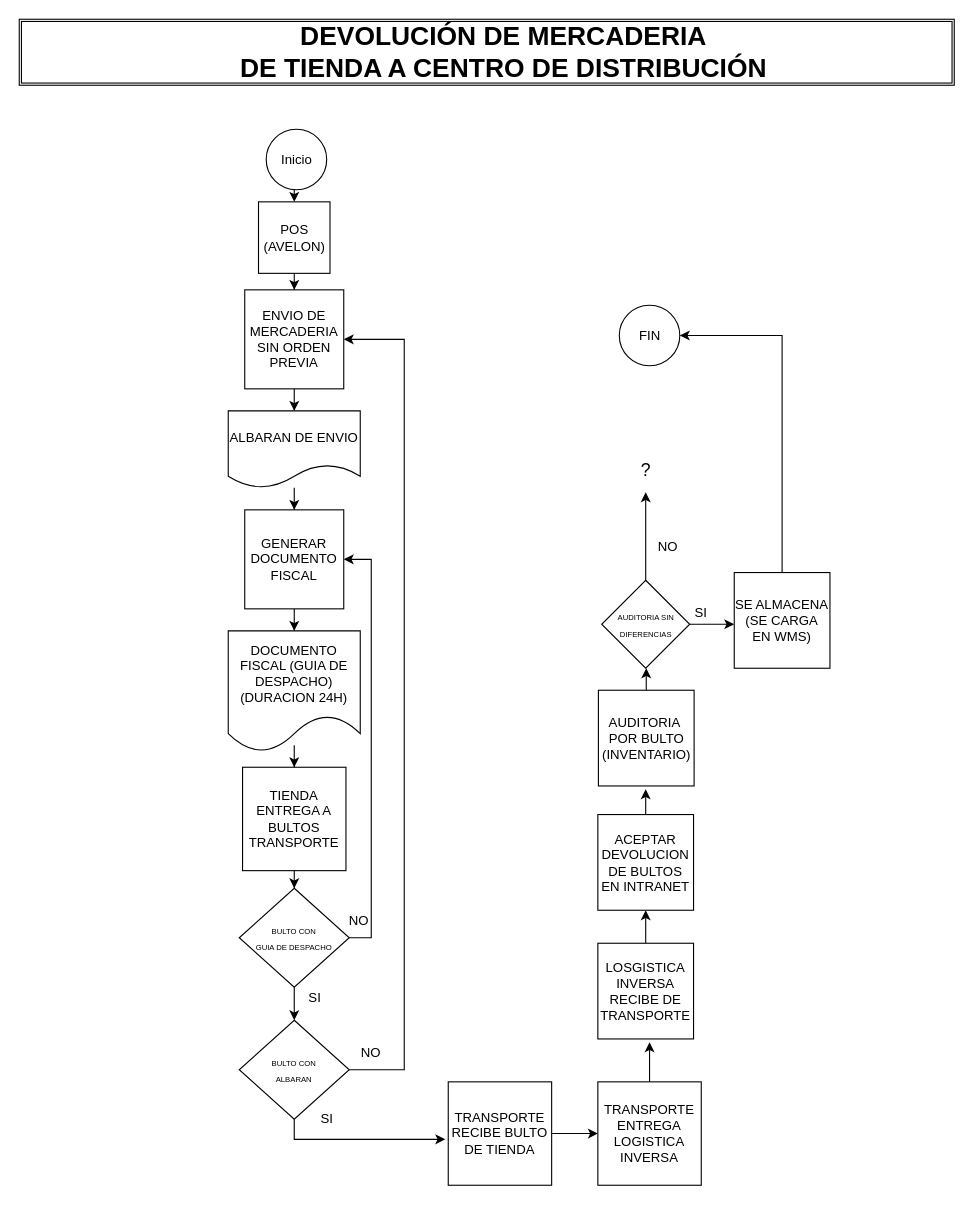
This is Untitled Diagram.drawio from vpinedac1/diagramas, a draw.io file, before an edit. Source tidied: cells renumbered, new cells numbered last; positions are measured from the earlier drawing's top-left corner, leaving out a move shared by most shapes. Both pictures are drawn from the tidied source at 110%, with x=0, y=0 at pixel (19, 19).
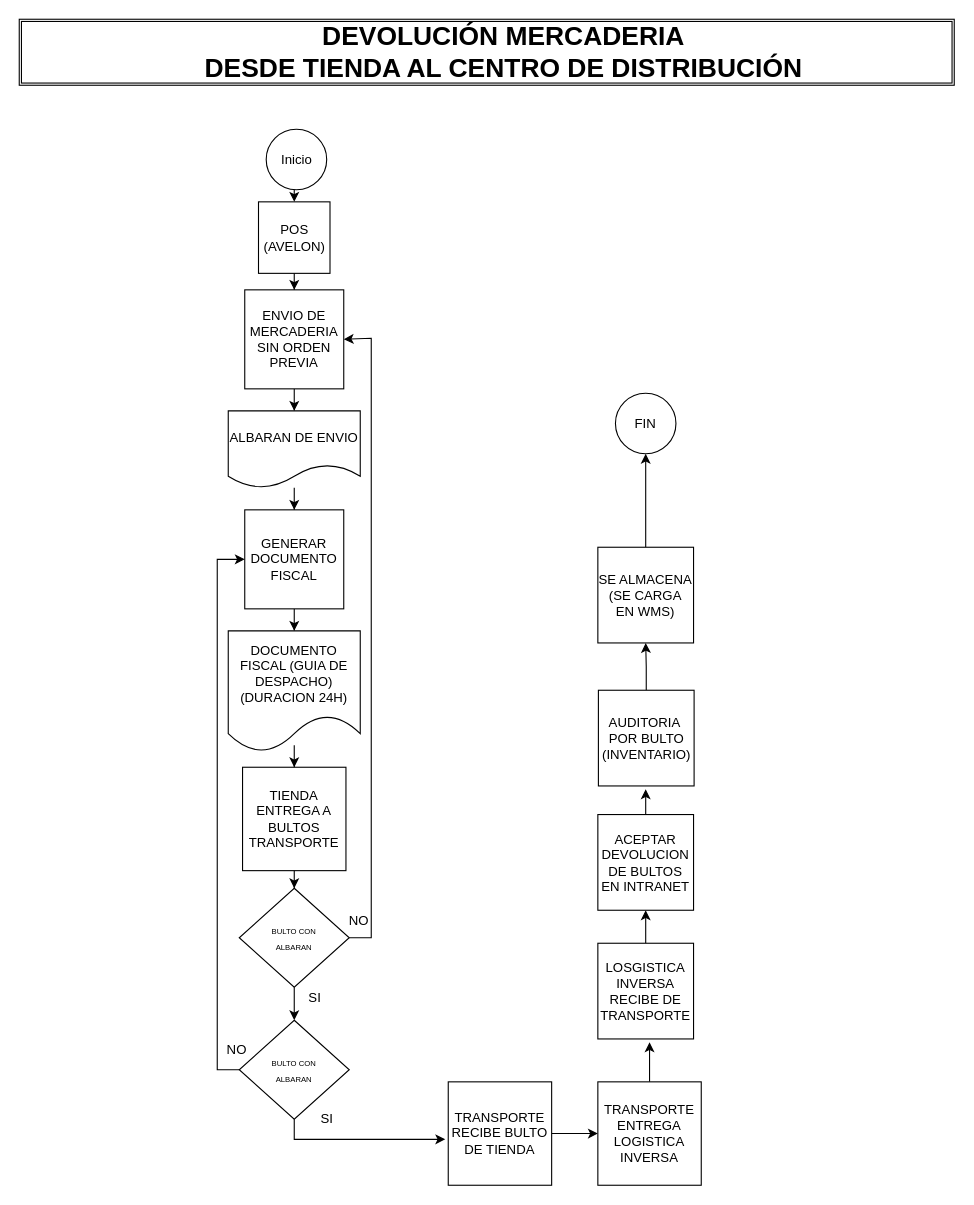
The same diagram, later.

Commit message:
DEVOLUCION MERCADERIA DESDE TIENDA AL CENTRO DE DISTRIBUCION

The change refers to these unchanged cells:
```xml
<mxCell id="5" value="ENVIO DE MERCADERIA SIN ORDEN PREVIA" style="whiteSpace=wrap;html=1;" parent="1" vertex="1">
  <mxGeometry x="205" y="246" width="90" height="90" as="geometry" />
</mxCell>
<mxCell id="7" value="GENERAR DOCUMENTO FISCAL" style="whiteSpace=wrap;html=1;" parent="1" vertex="1">
  <mxGeometry x="205" y="446" width="90" height="90" as="geometry" />
</mxCell>
<mxCell id="27" value="&lt;font style=&quot;font-size: 7px&quot;&gt;BULTO CON &lt;br&gt;ALBARAN&lt;/font&gt;" style="rhombus;whiteSpace=wrap;html=1;" parent="1" vertex="1">
  <mxGeometry x="200" y="910" width="100" height="90" as="geometry" />
</mxCell>
<mxCell id="35" value="AUDITORIA&amp;nbsp;&lt;br&gt;POR BULTO (INVENTARIO)" style="whiteSpace=wrap;html=1;" parent="1" vertex="1">
  <mxGeometry x="526.5" y="610" width="87" height="87" as="geometry" />
</mxCell>
```

The edit, as a diff of the source:
```diff
@@
-    <mxCell id="13" value="DEVOLUCIÓN DE MERCADERIA &lt;br&gt;DE TIENDA A CENTRO DE DISTRIBUCIÓN" style="text;strokeColor=none;fillColor=none;html=1;fontSize=24;fontStyle=1;verticalAlign=middle;align=center;" parent="1" vertex="1">
+    <mxCell id="13" value="DEVOLUCIÓN MERCADERIA &lt;br&gt;DESDE TIENDA AL CENTRO DE DISTRIBUCIÓN" style="text;strokeColor=none;fillColor=none;html=1;fontSize=24;fontStyle=1;verticalAlign=middle;align=center;" parent="1" vertex="1">
       <mxGeometry x="390" y="10" width="100" height="40" as="geometry" />
     </mxCell>
@@
-    <mxCell id="20" style="edgeStyle=orthogonalEdgeStyle;rounded=0;jettySize=auto;html=1;entryX=1;entryY=0.5;entryDx=0;entryDy=0;" parent="1" edge="1" source="22" target="7">
+    <mxCell id="20" style="edgeStyle=orthogonalEdgeStyle;rounded=0;jettySize=auto;html=1;entryX=1;entryY=0.5;entryDx=0;entryDy=0;" parent="1" edge="1" source="22" target="5">
       <mxGeometry relative="1" as="geometry">
         <Array as="points">
           <mxPoint x="320" y="835" />
-          <mxPoint x="320" y="491" />
+          <mxPoint x="320" y="290" />
         </Array>
       </mxGeometry>
     </mxCell>
@@
-    <mxCell id="22" value="&lt;font style=&quot;font-size: 7px&quot;&gt;BULTO CON &lt;br&gt;GUIA DE DESPACHO&lt;/font&gt;" style="rhombus;whiteSpace=wrap;html=1;" parent="1" vertex="1">
+    <mxCell id="22" value="&lt;font style=&quot;font-size: 7px&quot;&gt;BULTO CON &lt;br&gt;ALBARAN&lt;br&gt;&lt;/font&gt;" style="rhombus;whiteSpace=wrap;html=1;" parent="1" vertex="1">
       <mxGeometry x="200" y="790" width="100" height="90" as="geometry" />
     </mxCell>
@@
-    <mxCell id="25" style="edgeStyle=orthogonalEdgeStyle;rounded=0;jettySize=auto;html=1;entryX=1;entryY=0.5;entryDx=0;entryDy=0;" parent="1" edge="1" source="27" target="5">
-      <mxGeometry relative="1" as="geometry">
-        <Array as="points">
-          <mxPoint x="350" y="955" />
-          <mxPoint x="350" y="291" />
-        </Array>
-      </mxGeometry>
-    </mxCell>
@@
+    <mxCell id="47" style="edgeStyle=orthogonalEdgeStyle;rounded=0;jettySize=auto;html=1;entryX=0;entryY=0.5;entryDx=0;entryDy=0;" parent="1" edge="1" source="27" target="7">
+      <mxGeometry relative="1" as="geometry">
+        <Array as="points">
+          <mxPoint x="180" y="955" />
+          <mxPoint x="180" y="491" />
+        </Array>
+      </mxGeometry>
+    </mxCell>
@@
     <mxCell id="28" value="NO" style="text;html=1;strokeColor=none;fillColor=none;align=center;verticalAlign=middle;whiteSpace=wrap;rounded=0;" parent="1" vertex="1">
-      <mxGeometry x="300" y="930" width="40" height="20" as="geometry" />
+      <mxGeometry x="177.5" y="927" width="40" height="20" as="geometry" />
     </mxCell>
@@
-    <mxCell id="34" style="edgeStyle=orthogonalEdgeStyle;rounded=0;jettySize=auto;html=1;entryX=0.5;entryY=1;entryDx=0;entryDy=0;" parent="1" edge="1" source="35" target="38">
-      <mxGeometry relative="1" as="geometry" />
-    </mxCell>
+    <mxCell id="48" style="edgeStyle=orthogonalEdgeStyle;rounded=0;jettySize=auto;html=1;" parent="1" edge="1" source="35" target="42">
+      <mxGeometry relative="1" as="geometry" />
+    </mxCell>
@@
-    <mxCell id="36" style="edgeStyle=orthogonalEdgeStyle;rounded=0;jettySize=auto;html=1;entryX=0;entryY=0.54;entryDx=0;entryDy=0;entryPerimeter=0;" parent="1" edge="1" source="38" target="42">
-      <mxGeometry relative="1" as="geometry" />
-    </mxCell>
-    <mxCell id="37" style="edgeStyle=orthogonalEdgeStyle;rounded=0;jettySize=auto;html=1;" parent="1" edge="1" source="38">
-      <mxGeometry relative="1" as="geometry">
-        <mxPoint x="569.5" y="430" as="targetPoint" />
-      </mxGeometry>
-    </mxCell>
-    <mxCell id="38" value="&lt;font style=&quot;font-size: 7px&quot;&gt;AUDITORIA SIN DIFERENCIAS&lt;/font&gt;" style="rhombus;whiteSpace=wrap;html=1;" parent="1" vertex="1">
-      <mxGeometry x="529.5" y="510" width="80" height="80" as="geometry" />
-    </mxCell>
@@
-    <mxCell id="41" style="edgeStyle=orthogonalEdgeStyle;rounded=0;jettySize=auto;html=1;entryX=1;entryY=0.5;entryDx=0;entryDy=0;" parent="1" edge="1" source="42" target="46">
-      <mxGeometry relative="1" as="geometry">
-        <Array as="points">
-          <mxPoint x="694" y="288" />
-        </Array>
-      </mxGeometry>
+    <mxCell id="41" style="edgeStyle=orthogonalEdgeStyle;rounded=0;jettySize=auto;html=1;entryX=0.5;entryY=1;entryDx=0;entryDy=0;" parent="1" edge="1" source="42" target="46">
+      <mxGeometry relative="1" as="geometry" />
     </mxCell>
     <mxCell id="42" value="SE ALMACENA (SE CARGA EN WMS)" style="whiteSpace=wrap;html=1;" parent="1" vertex="1">
-      <mxGeometry x="650" y="503" width="87" height="87" as="geometry" />
+      <mxGeometry x="526" y="480" width="87" height="87" as="geometry" />
     </mxCell>
-    <mxCell id="43" value="NO" style="text;html=1;strokeColor=none;fillColor=none;align=center;verticalAlign=middle;whiteSpace=wrap;rounded=0;" parent="1" vertex="1">
-      <mxGeometry x="569.5" y="470" width="40" height="20" as="geometry" />
-    </mxCell>
-    <mxCell id="44" value="&lt;font style=&quot;font-size: 16px&quot;&gt;?&lt;/font&gt;" style="text;html=1;strokeColor=none;fillColor=none;align=center;verticalAlign=middle;whiteSpace=wrap;rounded=0;" parent="1" vertex="1">
-      <mxGeometry x="550" y="400" width="40" height="20" as="geometry" />
-    </mxCell>
-    <mxCell id="45" value="SI" style="text;html=1;strokeColor=none;fillColor=none;align=center;verticalAlign=middle;whiteSpace=wrap;rounded=0;" parent="1" vertex="1">
-      <mxGeometry x="600" y="530" width="40" height="20" as="geometry" />
-    </mxCell>
     <mxCell id="46" value="FIN" style="ellipse;whiteSpace=wrap;html=1;" parent="1" vertex="1">
-      <mxGeometry x="545.5" y="260" width="55" height="55" as="geometry" />
+      <mxGeometry x="542" y="340" width="55" height="55" as="geometry" />
     </mxCell>
```
